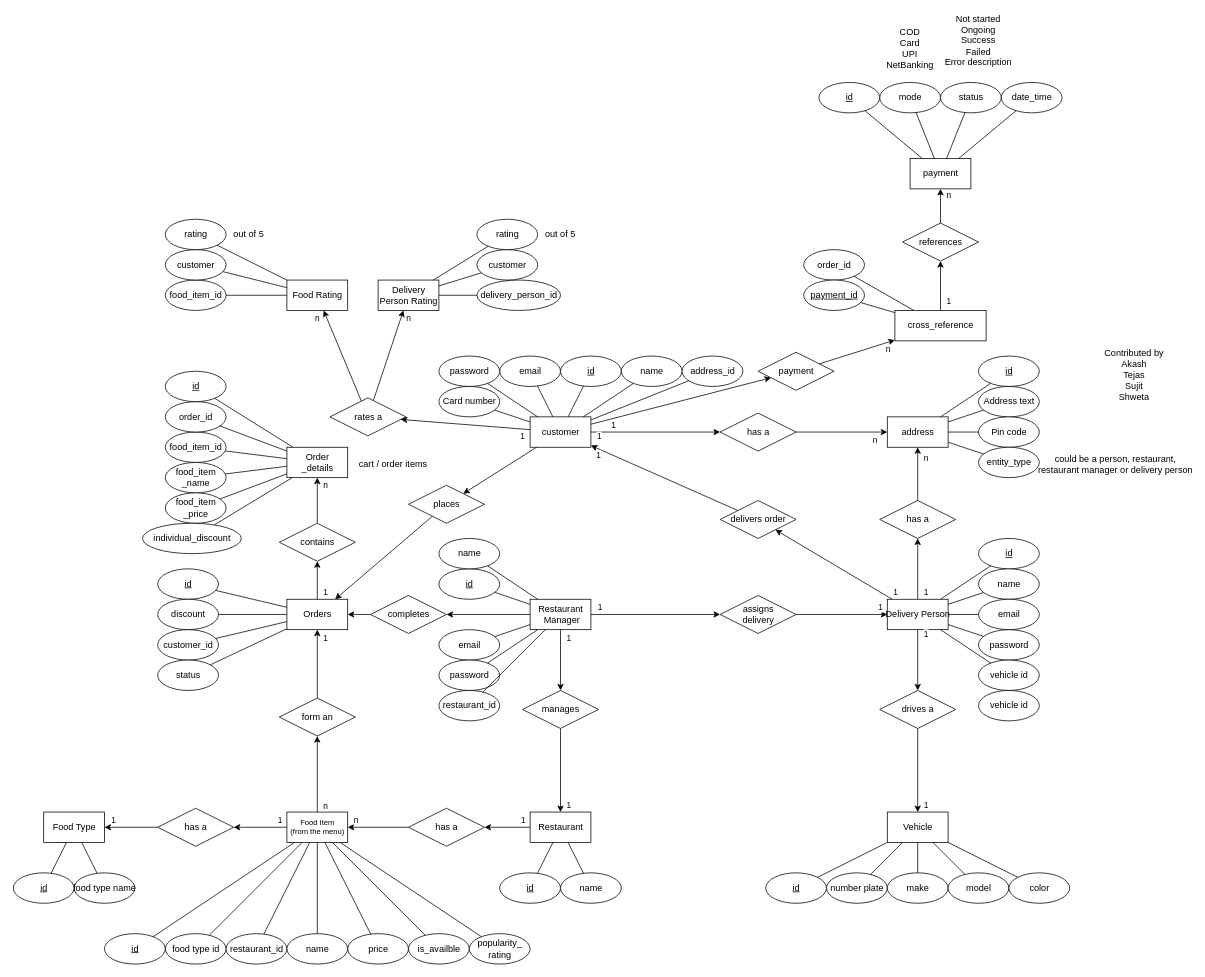
The draw.io diagram diagrams/ER/ER diagram.drawio in callofthewild/hunger-buzz, before the edit. Source tidied: cells renumbered, new cells numbered last; positions are measured from the earlier drawing's top-left corner, leaving out a move shared by most shapes. Both pictures are drawn from the tidied source at 76%, with x=0, y=0 at pixel (13, 14).
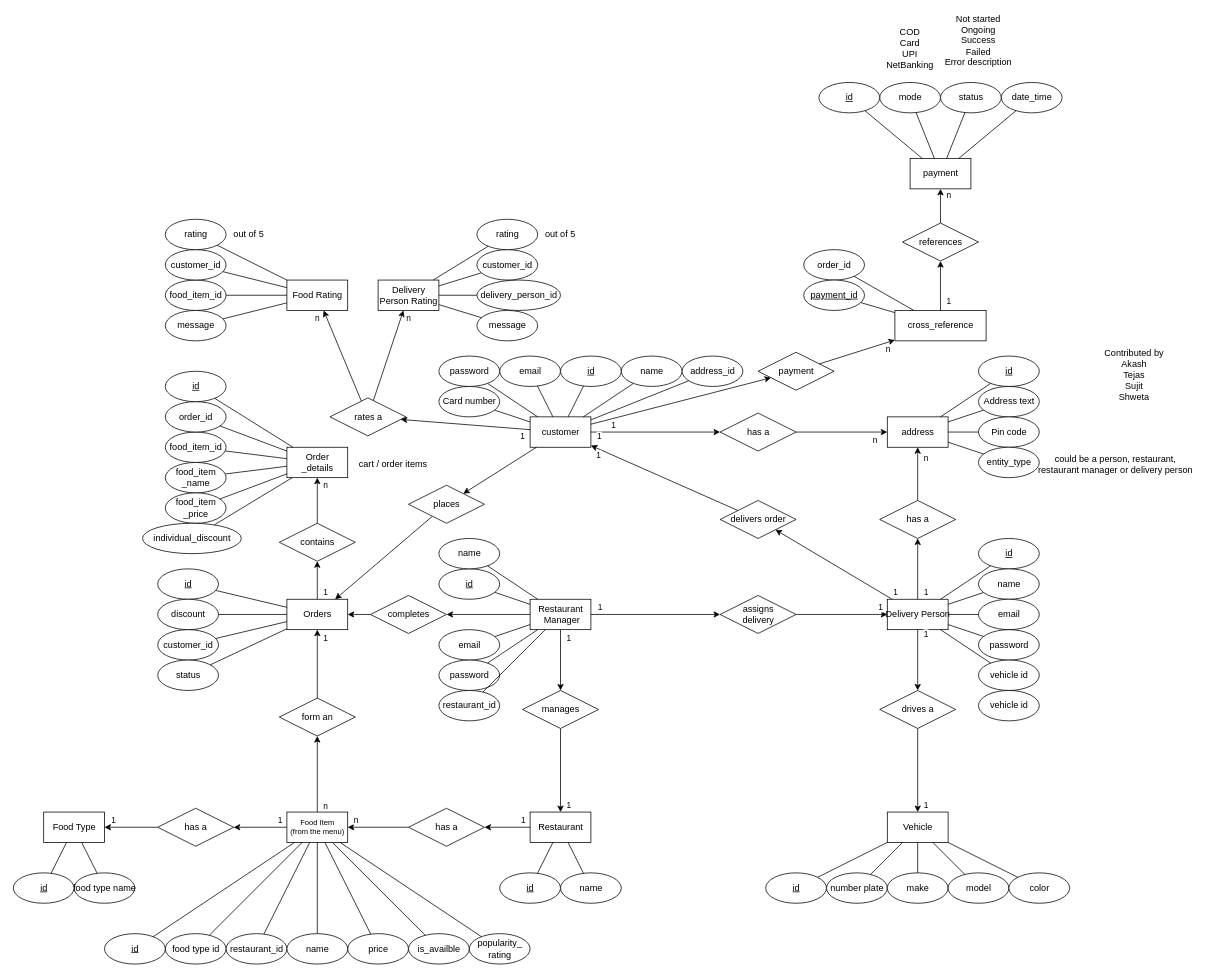
The same diagram, later.

Commit message:
Update ER diagram. - add message to rating

The change refers to these unchanged cells:
```xml
<mxCell id="163" value="Food Rating" style="rounded=0;html=1;" parent="1" vertex="1">
  <mxGeometry x="360" y="350" width="80" height="40" as="geometry" />
</mxCell>
<mxCell id="177" value="Delivery&lt;br&gt;Person Rating" style="rounded=0;html=1;" parent="1" vertex="1">
  <mxGeometry x="480" y="350" width="80" height="40" as="geometry" />
</mxCell>
```

The edit, as a diff of the source:
```diff
@@
-    <mxCell id="171" value="customer" style="ellipse;html=1;" parent="1" vertex="1">
+    <mxCell id="171" value="customer_id" style="ellipse;html=1;" parent="1" vertex="1">
       <mxGeometry x="200" y="310" width="80" height="40" as="geometry" />
     </mxCell>
@@
-    <mxCell id="181" value="customer" style="ellipse;html=1;" parent="1" vertex="1">
+    <mxCell id="181" value="customer_id" style="ellipse;html=1;" parent="1" vertex="1">
       <mxGeometry x="610" y="310" width="80" height="40" as="geometry" />
     </mxCell>
@@
+    <mxCell id="213" value="message" style="ellipse;html=1;" parent="1" vertex="1">
+      <mxGeometry x="200" y="390" width="80" height="40" as="geometry" />
+    </mxCell>
+    <mxCell id="214" style="endArrow=none;html=1;rounded=0;" parent="1" edge="1" source="213" target="163">
+      <mxGeometry relative="1" as="geometry" />
+    </mxCell>
+    <mxCell id="215" value="message" style="ellipse;html=1;" parent="1" vertex="1">
+      <mxGeometry x="610" y="390" width="80" height="40" as="geometry" />
+    </mxCell>
+    <mxCell id="216" style="endArrow=none;html=1;rounded=0;" parent="1" edge="1" source="177" target="215">
+      <mxGeometry relative="1" as="geometry" />
+    </mxCell>
```
